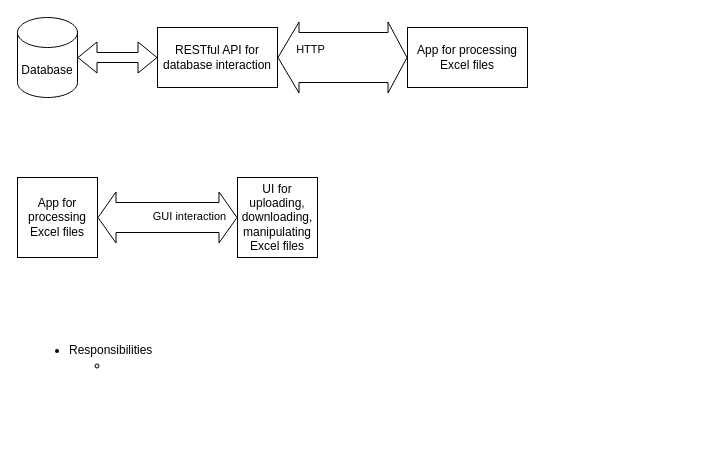
Above: olivia_system_design.drawio in CaptainMayotoast/mentorship (draw.io), before the change. Source tidied: cells renumbered, new cells numbered last; positions are measured from the earlier drawing's top-left corner, leaving out a move shared by most shapes. Both pictures are drawn from the tidied source at 100%, with x=0, y=0 at pixel (17, 17).
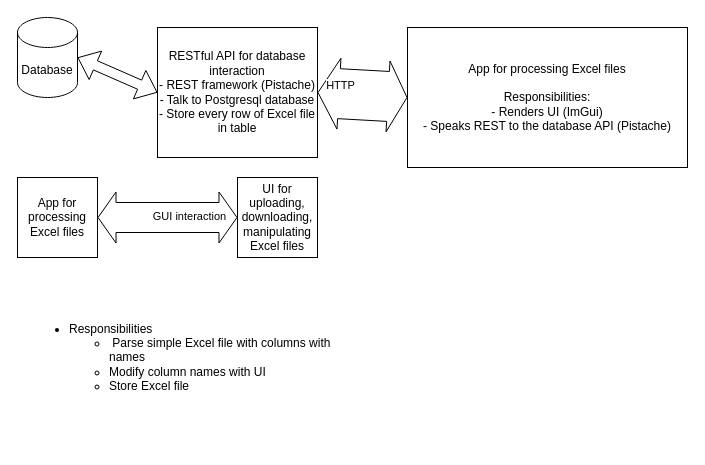
The same page after the edit.

Diff of the diagram source:
```diff
@@
 <mxGraphModel>
   <root>
     <mxCell id="0" />
     <mxCell id="1" parent="0" />
     <mxCell id="2" value="Database" style="shape=cylinder3;whiteSpace=wrap;html=1;boundedLbl=1;backgroundOutline=1;size=15;" parent="1" vertex="1">
       <mxGeometry width="60" height="80" as="geometry" />
     </mxCell>
-    <mxCell id="3" value="RESTful API for database interaction" style="rounded=0;whiteSpace=wrap;html=1;" parent="1" vertex="1">
-      <mxGeometry x="140" y="10" width="120" height="60" as="geometry" />
+    <mxCell id="3" value="&lt;div&gt;RESTful API for database interaction&lt;/div&gt;&lt;div&gt;- REST framework (Pistache)&lt;br&gt;&lt;/div&gt;&lt;div&gt;- Talk to Postgresql database&lt;/div&gt;&lt;div&gt;- Store every row of Excel file in table&lt;br&gt;&lt;/div&gt;" style="rounded=0;whiteSpace=wrap;html=1;" parent="1" vertex="1">
+      <mxGeometry x="140" y="10" width="160" height="130" as="geometry" />
     </mxCell>
     <mxCell id="4" style="shape=flexArrow;endArrow=classic;startArrow=classic;html=1;rounded=0;entryX=0;entryY=0.5;entryDx=0;entryDy=0;exitX=1;exitY=0.5;exitDx=0;exitDy=0;exitPerimeter=0;" parent="1" edge="1" source="2" target="3">
       <mxGeometry relative="1" as="geometry" />
     </mxCell>
-    <mxCell id="5" value="App for processing Excel files" style="rounded=0;whiteSpace=wrap;html=1;" parent="1" vertex="1">
-      <mxGeometry x="390" y="10" width="120" height="60" as="geometry" />
+    <mxCell id="5" value="App for processing Excel files&lt;br&gt;&lt;br&gt;&lt;div&gt;Responsibilities:&lt;/div&gt;&lt;div align=&quot;center&quot;&gt;- Renders UI (ImGui)&lt;/div&gt;&lt;div align=&quot;center&quot;&gt;- Speaks REST to the database API (Pistache)&lt;/div&gt;" style="rounded=0;whiteSpace=wrap;html=1;" parent="1" vertex="1">
+      <mxGeometry x="390" y="10" width="280" height="140" as="geometry" />
     </mxCell>
     <mxCell id="6" style="shape=flexArrow;endArrow=classic;startArrow=classic;html=1;rounded=0;entryX=0;entryY=0.5;entryDx=0;entryDy=0;exitX=1;exitY=0.5;exitDx=0;exitDy=0;width=50;startSize=6.67;" parent="1" edge="1" source="3" target="5">
       <mxGeometry relative="1" as="geometry" />
     </mxCell>
     <mxCell id="7" value="HTTP" style="edgeLabel;html=1;align=center;verticalAlign=middle;" parent="6" vertex="1">
       <mxGeometry x="-0.51" y="9" relative="1" as="geometry" />
     </mxCell>
     <mxCell id="8" value="App for processing Excel files" style="whiteSpace=wrap;html=1;" parent="1" vertex="1">
       <mxGeometry y="160" width="80" height="80" as="geometry" />
     </mxCell>
     <mxCell id="9" value="UI for uploading, downloading, manipulating Excel files " style="whiteSpace=wrap;html=1;" parent="1" vertex="1">
       <mxGeometry x="220" y="160" width="80" height="80" as="geometry" />
     </mxCell>
     <mxCell id="10" style="shape=flexArrow;endArrow=classic;startArrow=classic;html=1;rounded=0;entryX=0;entryY=0.5;entryDx=0;entryDy=0;exitX=1;exitY=0.5;exitDx=0;exitDy=0;width=30;startSize=5.67;endSize=5.67;" parent="1" edge="1" source="8" target="9">
       <mxGeometry relative="1" as="geometry" />
     </mxCell>
     <mxCell id="11" value="GUI interaction" style="edgeLabel;html=1;align=center;verticalAlign=middle;" parent="10" vertex="1">
       <mxGeometry x="0.3" y="2" relative="1" as="geometry" />
     </mxCell>
-    <mxCell id="12" value="&lt;ul&gt;&lt;li&gt;Responsibilities&lt;/li&gt;&lt;ul&gt;&lt;li&gt;&amp;nbsp;&lt;br&gt;&lt;/li&gt;&lt;/ul&gt;&lt;/ul&gt;" style="text;strokeColor=none;fillColor=none;html=1;whiteSpace=wrap;verticalAlign=middle;overflow=hidden;" parent="1" vertex="1">
+    <mxCell id="12" value="&lt;ul&gt;&lt;li&gt;Responsibilities&lt;/li&gt;&lt;ul&gt;&lt;li&gt;&amp;nbsp;Parse simple Excel file with columns with names&lt;/li&gt;&lt;li&gt;Modify column names with UI&lt;/li&gt;&lt;li&gt;Store Excel file &lt;br&gt;&lt;/li&gt;&lt;/ul&gt;&lt;/ul&gt;" style="text;strokeColor=none;fillColor=none;html=1;whiteSpace=wrap;verticalAlign=middle;overflow=hidden;" parent="1" vertex="1">
       <mxGeometry x="10" y="250" width="310" height="180" as="geometry" />
     </mxCell>
   </root>
 </mxGraphModel>
```
